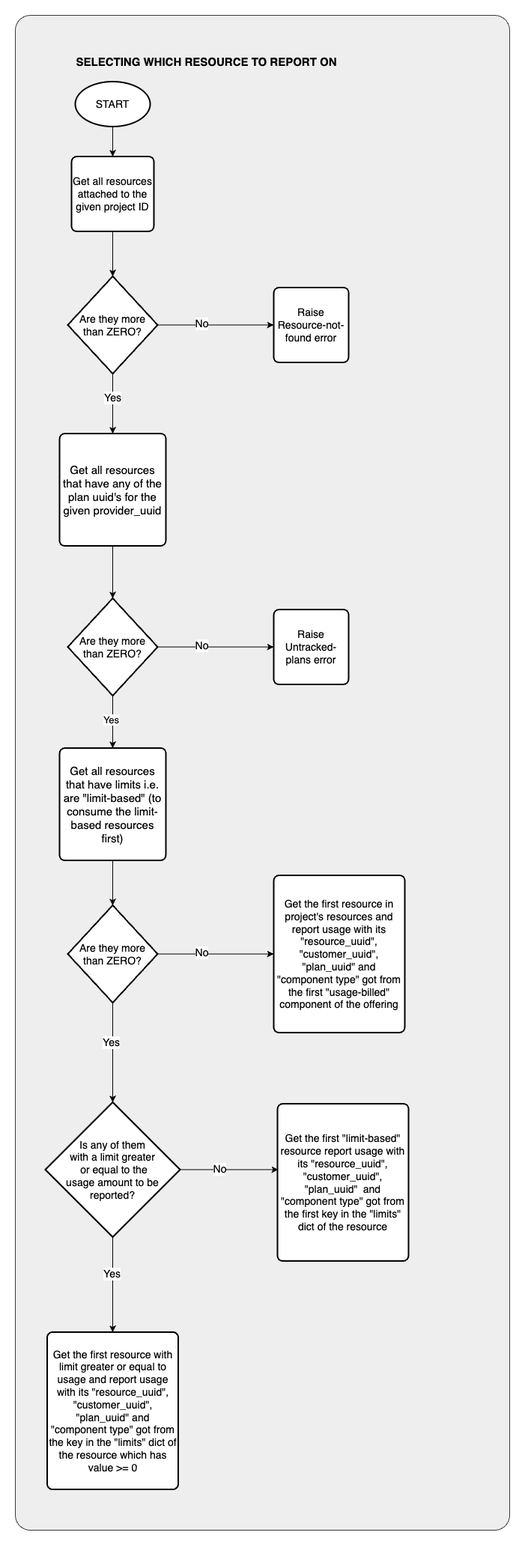
axean/tergite-frontend keeps this draw.io diagram as docs/assets/puhuri-resource-usage-reporting-flow.png. Above is the earlier version. Source tidied: cells renumbered, new cells last; positions are measured from the earlier drawing's top-left corner, leaving out a move shared by most shapes.
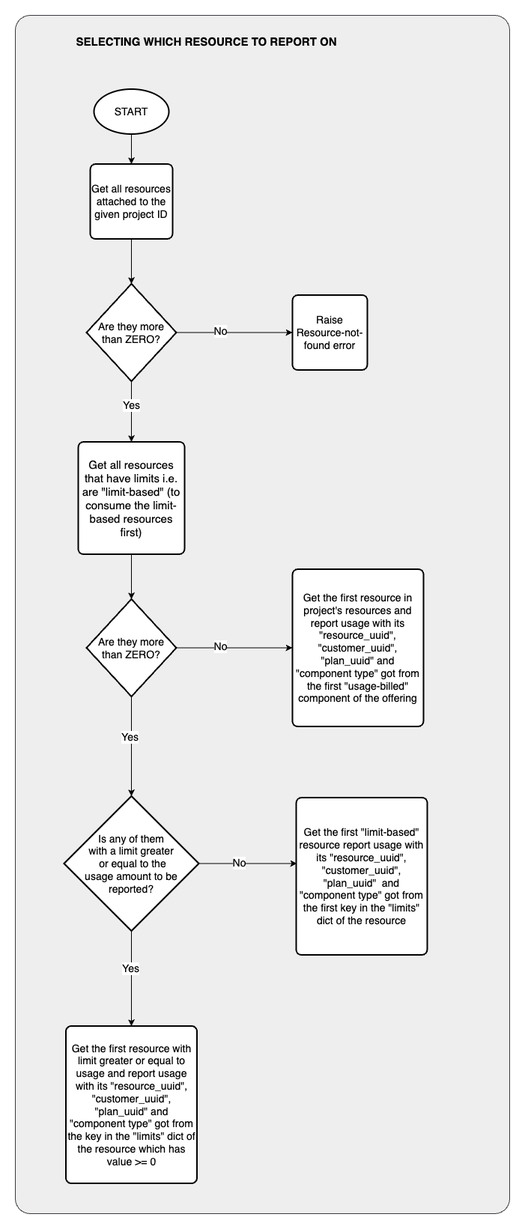
The same diagram one commit later.

Commit message:
WIP: Add report submission functionality

Diff of the diagram source:
```diff
@@ -3,118 +3,88 @@
     <mxCell id="0" />
     <mxCell id="1" parent="0" />
     <mxCell id="2" style="rounded=1;whiteSpace=wrap;html=1;arcSize=3;fillColor=#eeeeee;strokeColor=#36393d;" parent="1" vertex="1">
-      <mxGeometry width="660" height="2023" as="geometry" />
+      <mxGeometry x="-50" y="-10" width="660" height="1600" as="geometry" />
     </mxCell>
     <mxCell id="3" style="group;" parent="1" vertex="1">
-      <mxGeometry y="30" width="660" height="2023" as="geometry" />
+      <mxGeometry x="15" y="88.5" width="485" height="1461" as="geometry" />
     </mxCell>
-    <mxCell id="4" style="group;" parent="3" vertex="1">
-      <mxGeometry x="40" y="16.5" width="600" height="1990" as="geometry" />
+    <mxCell id="4" value="&lt;font style=&quot;font-size: 14px;&quot;&gt;START&lt;/font&gt;" style="strokeWidth=2;html=1;shape=mxgraph.flowchart.start_1;whiteSpace=wrap;" parent="3" vertex="1">
+      <mxGeometry x="40" width="100" height="60" as="geometry" />
     </mxCell>
-    <mxCell id="5" value="&lt;font style=&quot;font-size: 15px;&quot;&gt;&lt;b&gt;SELECTING WHICH RESOURCE TO REPORT ON&lt;/b&gt;&lt;/font&gt;" style="text;html=1;align=center;verticalAlign=middle;points=[];strokeColor=none;fillColor=none;" parent="4" vertex="1">
-      <mxGeometry x="30" width="370" height="30" as="geometry" />
+    <mxCell id="5" value="&lt;font style=&quot;font-size: 14px;&quot;&gt;Get all resources attached to the given project ID&lt;/font&gt;" style="rounded=1;whiteSpace=wrap;html=1;absoluteArcSize=1;arcSize=14;strokeWidth=2;" parent="3" vertex="1">
+      <mxGeometry x="35" y="100" width="110" height="100" as="geometry" />
     </mxCell>
-    <mxCell id="6" style="group;" parent="4" vertex="1">
-      <mxGeometry y="42" width="485" height="1880" as="geometry" />
+    <mxCell id="6" style="edgeStyle=orthogonalEdgeStyle;rounded=0;jettySize=auto;html=1;entryX=0.5;entryY=0;entryDx=0;entryDy=0;" parent="3" edge="1" source="4" target="5">
+      <mxGeometry relative="1" as="geometry" />
     </mxCell>
-    <mxCell id="7" value="&lt;font style=&quot;font-size: 14px;&quot;&gt;START&lt;/font&gt;" style="strokeWidth=2;html=1;shape=mxgraph.flowchart.start_1;whiteSpace=wrap;" parent="6" vertex="1">
-      <mxGeometry x="40" width="100" height="60" as="geometry" />
+    <mxCell id="7" value="&lt;font style=&quot;font-size: 14px;&quot;&gt;Are they more than ZERO?&lt;/font&gt;" style="strokeWidth=2;html=1;shape=mxgraph.flowchart.decision;whiteSpace=wrap;" parent="3" vertex="1">
+      <mxGeometry x="30" y="260" width="120" height="130" as="geometry" />
     </mxCell>
-    <mxCell id="8" value="&lt;font style=&quot;font-size: 14px;&quot;&gt;Get all resources attached to the given project ID&lt;/font&gt;" style="rounded=1;whiteSpace=wrap;html=1;absoluteArcSize=1;arcSize=14;strokeWidth=2;" parent="6" vertex="1">
-      <mxGeometry x="35" y="100" width="110" height="100" as="geometry" />
+    <mxCell id="8" value="&lt;font style=&quot;font-size: 14px;&quot;&gt;Raise Resource-not-found error&lt;/font&gt;" style="rounded=1;whiteSpace=wrap;html=1;absoluteArcSize=1;arcSize=14;strokeWidth=2;" parent="3" vertex="1">
+      <mxGeometry x="305" y="275" width="100" height="100" as="geometry" />
     </mxCell>
-    <mxCell id="9" style="edgeStyle=orthogonalEdgeStyle;rounded=0;jettySize=auto;html=1;entryX=0.5;entryY=0;entryDx=0;entryDy=0;" parent="6" edge="1" source="7" target="8">
+    <mxCell id="9" style="edgeStyle=orthogonalEdgeStyle;rounded=0;jettySize=auto;html=1;" parent="3" edge="1" source="7" target="8">
       <mxGeometry relative="1" as="geometry" />
     </mxCell>
-    <mxCell id="10" value="&lt;font style=&quot;font-size: 15px;&quot;&gt;Get all resources that have any of the plan uuid's for the given provider_uuid&lt;/font&gt;" style="rounded=1;whiteSpace=wrap;html=1;absoluteArcSize=1;arcSize=14;strokeWidth=2;labelPadding=33;noLabel=0;" parent="6" vertex="1">
-      <mxGeometry x="19" y="470" width="142" height="150" as="geometry" />
+    <mxCell id="10" value="&lt;font style=&quot;font-size: 14px;&quot;&gt;No&lt;/font&gt;" style="edgeLabel;html=1;align=center;verticalAlign=middle;points=[];" parent="9" vertex="1">
+      <mxGeometry x="-0.25" y="2" relative="1" as="geometry" />
     </mxCell>
-    <mxCell id="11" style="edgeStyle=orthogonalEdgeStyle;rounded=0;jettySize=auto;html=1;entryX=0.5;entryY=0;entryDx=0;entryDy=0;" parent="6" edge="1" source="13" target="10">
+    <mxCell id="11" style="edgeStyle=orthogonalEdgeStyle;rounded=0;jettySize=auto;html=1;entryX=0.5;entryY=0;entryDx=0;entryDy=0;entryPerimeter=0;" parent="3" edge="1" source="5" target="7">
       <mxGeometry relative="1" as="geometry" />
     </mxCell>
-    <mxCell id="12" value="&lt;font style=&quot;font-size: 14px;&quot;&gt;Yes&lt;/font&gt;" style="edgeLabel;html=1;align=center;verticalAlign=middle;points=[];" parent="11" vertex="1">
-      <mxGeometry x="-0.2" y="-1" relative="1" as="geometry" />
+    <mxCell id="12" value="&lt;font style=&quot;font-size: 15px;&quot;&gt;Get all resources that have limits i.e. are &quot;limit-based&quot; (to consume the limit-based resources first)&lt;/font&gt;" style="rounded=1;whiteSpace=wrap;html=1;absoluteArcSize=1;arcSize=14;strokeWidth=2;labelPadding=33;noLabel=0;" parent="3" vertex="1">
+      <mxGeometry x="19" y="471" width="142" height="150" as="geometry" />
     </mxCell>
-    <mxCell id="13" value="&lt;font style=&quot;font-size: 14px;&quot;&gt;Are they more than ZERO?&lt;/font&gt;" style="strokeWidth=2;html=1;shape=mxgraph.flowchart.decision;whiteSpace=wrap;" parent="6" vertex="1">
-      <mxGeometry x="30" y="260" width="120" height="130" as="geometry" />
+    <mxCell id="13" style="edgeStyle=orthogonalEdgeStyle;rounded=0;jettySize=auto;html=1;" parent="3" edge="1" source="7" target="12">
+      <mxGeometry relative="1" as="geometry" />
     </mxCell>
-    <mxCell id="14" value="&lt;font style=&quot;font-size: 14px;&quot;&gt;Raise Resource-not-found error&lt;/font&gt;" style="rounded=1;whiteSpace=wrap;html=1;absoluteArcSize=1;arcSize=14;strokeWidth=2;" parent="6" vertex="1">
-      <mxGeometry x="305" y="275" width="100" height="100" as="geometry" />
+    <mxCell id="14" value="&lt;font style=&quot;font-size: 14px;&quot;&gt;Yes&lt;/font&gt;" style="edgeLabel;html=1;align=center;verticalAlign=middle;points=[];" parent="13" vertex="1">
+      <mxGeometry x="-0.2" y="-1" relative="1" as="geometry" />
     </mxCell>
-    <mxCell id="15" style="edgeStyle=orthogonalEdgeStyle;rounded=0;jettySize=auto;html=1;" parent="6" edge="1" source="13" target="14">
-      <mxGeometry relative="1" as="geometry" />
+    <mxCell id="15" value="&lt;font style=&quot;font-size: 14px;&quot;&gt;Are they more than ZERO?&lt;/font&gt;" style="strokeWidth=2;html=1;shape=mxgraph.flowchart.decision;whiteSpace=wrap;" parent="3" vertex="1">
+      <mxGeometry x="30" y="681" width="120" height="130" as="geometry" />
     </mxCell>
-    <mxCell id="16" value="&lt;font style=&quot;font-size: 14px;&quot;&gt;No&lt;/font&gt;" style="edgeLabel;html=1;align=center;verticalAlign=middle;points=[];" parent="15" vertex="1">
-      <mxGeometry x="-0.25" y="2" relative="1" as="geometry" />
+    <mxCell id="16" value="&lt;font style=&quot;font-size: 14px;&quot;&gt;Get the first resource in project's resources and report usage with its &quot;resource_uuid&quot;, &quot;customer_uuid&quot;, &quot;plan_uuid&quot; and &quot;component type&quot; got from the first &quot;usage-billed&quot; component of the offering&lt;/font&gt;" style="rounded=1;whiteSpace=wrap;html=1;absoluteArcSize=1;arcSize=14;strokeWidth=2;" parent="3" vertex="1">
+      <mxGeometry x="305" y="641" width="175" height="210" as="geometry" />
     </mxCell>
-    <mxCell id="17" style="edgeStyle=orthogonalEdgeStyle;rounded=0;jettySize=auto;html=1;entryX=0.5;entryY=0;entryDx=0;entryDy=0;entryPerimeter=0;" parent="6" edge="1" source="8" target="13">
+    <mxCell id="17" style="edgeStyle=orthogonalEdgeStyle;rounded=0;jettySize=auto;html=1;" parent="3" edge="1" source="15" target="16">
       <mxGeometry relative="1" as="geometry" />
     </mxCell>
-    <mxCell id="18" value="&lt;font style=&quot;font-size: 14px;&quot;&gt;Are they more than ZERO?&lt;/font&gt;" style="strokeWidth=2;html=1;shape=mxgraph.flowchart.decision;whiteSpace=wrap;" parent="6" vertex="1">
-      <mxGeometry x="30" y="690" width="120" height="130" as="geometry" />
+    <mxCell id="18" value="&lt;font style=&quot;font-size: 14px;&quot;&gt;No&lt;/font&gt;" style="edgeLabel;html=1;align=center;verticalAlign=middle;points=[];" parent="17" vertex="1">
+      <mxGeometry x="-0.25" y="2" relative="1" as="geometry" />
     </mxCell>
-    <mxCell id="19" value="&lt;font style=&quot;font-size: 14px;&quot;&gt;Raise Untracked-plans error&lt;/font&gt;" style="rounded=1;whiteSpace=wrap;html=1;absoluteArcSize=1;arcSize=14;strokeWidth=2;" parent="6" vertex="1">
-      <mxGeometry x="305" y="705" width="100" height="100" as="geometry" />
+    <mxCell id="19" style="edgeStyle=orthogonalEdgeStyle;rounded=0;jettySize=auto;html=1;entryX=0.5;entryY=0;entryDx=0;entryDy=0;entryPerimeter=0;" parent="3" edge="1" source="12" target="15">
+      <mxGeometry relative="1" as="geometry" />
     </mxCell>
-    <mxCell id="20" style="edgeStyle=orthogonalEdgeStyle;rounded=0;jettySize=auto;html=1;" parent="6" edge="1" source="18" target="19">
-      <mxGeometry relative="1" as="geometry" />
+    <mxCell id="20" value="&lt;font style=&quot;font-size: 14px;&quot;&gt;Get the first resource with limit greater or equal to usage and report usage with its &quot;resource_uuid&quot;, &quot;customer_uuid&quot;, &lt;/font&gt;&lt;font style=&quot;font-size: 14px;&quot;&gt;&lt;font style=&quot;font-size: 14px;&quot;&gt;&quot;plan_uuid&quot;&amp;nbsp;&lt;/font&gt;and &quot;component type&quot; got from the key in the &quot;limits&quot; dict of the resource which has value &amp;gt;= 0&lt;/font&gt;" style="rounded=1;whiteSpace=wrap;html=1;absoluteArcSize=1;arcSize=14;strokeWidth=2;" parent="3" vertex="1">
+      <mxGeometry x="2.5" y="1251" width="175" height="210" as="geometry" />
     </mxCell>
-    <mxCell id="21" value="&lt;font style=&quot;font-size: 14px;&quot;&gt;No&lt;/font&gt;" style="edgeLabel;html=1;align=center;verticalAlign=middle;" parent="20" vertex="1">
-      <mxGeometry x="-0.25" y="2" relative="1" as="geometry" />
+    <mxCell id="21" style="edgeStyle=orthogonalEdgeStyle;rounded=0;jettySize=auto;html=1;exitX=0.5;exitY=1;exitDx=0;exitDy=0;exitPerimeter=0;" parent="3" edge="1" source="23" target="20">
+      <mxGeometry relative="1" as="geometry" />
     </mxCell>
-    <mxCell id="22" style="edgeStyle=orthogonalEdgeStyle;rounded=0;jettySize=auto;html=1;entryX=0.5;entryY=0;entryDx=0;entryDy=0;entryPerimeter=0;" parent="6" edge="1" source="10" target="18">
-      <mxGeometry relative="1" as="geometry" />
+    <mxCell id="22" value="&lt;font style=&quot;font-size: 14px;&quot;&gt;Yes&lt;/font&gt;" style="edgeLabel;html=1;align=center;verticalAlign=middle;" parent="21" vertex="1">
+      <mxGeometry x="-0.22" y="-2" relative="1" as="geometry" />
     </mxCell>
-    <mxCell id="23" value="&lt;font style=&quot;font-size: 15px;&quot;&gt;Get all resources that have limits i.e. are &quot;limit-based&quot; (to consume the limit-based resources first)&lt;/font&gt;" style="rounded=1;whiteSpace=wrap;html=1;absoluteArcSize=1;arcSize=14;strokeWidth=2;labelPadding=33;noLabel=0;" parent="6" vertex="1">
-      <mxGeometry x="19" y="890" width="142" height="150" as="geometry" />
+    <mxCell id="23" value="&lt;font style=&quot;font-size: 14px;&quot;&gt;Is any of them &lt;br&gt;with a limit greater&lt;br&gt;&amp;nbsp;or equal to the &lt;br&gt;usage amount to be reported?&lt;/font&gt;" style="strokeWidth=2;html=1;shape=mxgraph.flowchart.decision;whiteSpace=wrap;" parent="3" vertex="1">
+      <mxGeometry y="944" width="180" height="180" as="geometry" />
     </mxCell>
-    <mxCell id="24" style="edgeStyle=orthogonalEdgeStyle;rounded=0;jettySize=auto;html=1;entryX=0.5;entryY=0;entryDx=0;entryDy=0;" parent="6" edge="1" source="18" target="23">
+    <mxCell id="24" style="edgeStyle=orthogonalEdgeStyle;rounded=0;jettySize=auto;html=1;exitX=0.5;exitY=1;exitDx=0;exitDy=0;exitPerimeter=0;entryX=0.5;entryY=0;entryDx=0;entryDy=0;entryPerimeter=0;" parent="3" edge="1" source="15" target="23">
       <mxGeometry relative="1" as="geometry" />
     </mxCell>
-    <mxCell id="25" value="&lt;font style=&quot;font-size: 13px;&quot;&gt;Yes&lt;/font&gt;" style="edgeLabel;html=1;align=center;verticalAlign=middle;" parent="24" vertex="1">
-      <mxGeometry x="-0.09" y="-3" relative="1" as="geometry" />
+    <mxCell id="25" value="&lt;font style=&quot;font-size: 14px;&quot;&gt;Yes&lt;/font&gt;" style="edgeLabel;html=1;align=center;verticalAlign=middle;" parent="24" vertex="1">
+      <mxGeometry x="-0.2" y="-3" relative="1" as="geometry" />
     </mxCell>
-    <mxCell id="26" value="&lt;font style=&quot;font-size: 14px;&quot;&gt;Are they more than ZERO?&lt;/font&gt;" style="strokeWidth=2;html=1;shape=mxgraph.flowchart.decision;whiteSpace=wrap;" parent="6" vertex="1">
-      <mxGeometry x="30" y="1100" width="120" height="130" as="geometry" />
+    <mxCell id="26" value="&lt;font style=&quot;font-size: 14px;&quot;&gt;Get the first &quot;limit-based&quot; resource report usage with its &quot;resource_uuid&quot;, &quot;customer_uuid&quot;, &quot;plan_uuid&quot;&amp;nbsp;&lt;/font&gt;&amp;nbsp;&lt;font style=&quot;font-size: 14px;&quot;&gt;and &quot;component type&quot; got from the first key in the &quot;limits&quot; dict of the resource&lt;/font&gt;" style="rounded=1;whiteSpace=wrap;html=1;absoluteArcSize=1;arcSize=14;strokeWidth=2;" parent="3" vertex="1">
+      <mxGeometry x="310" y="946" width="175" height="210" as="geometry" />
     </mxCell>
-    <mxCell id="27" value="&lt;font style=&quot;font-size: 14px;&quot;&gt;Get the first resource in project's resources and report usage with its &quot;resource_uuid&quot;, &quot;customer_uuid&quot;, &quot;plan_uuid&quot; and &quot;component type&quot; got from the first &quot;usage-billed&quot; component of the offering&lt;/font&gt;" style="rounded=1;whiteSpace=wrap;html=1;absoluteArcSize=1;arcSize=14;strokeWidth=2;" parent="6" vertex="1">
-      <mxGeometry x="305" y="1060" width="175" height="210" as="geometry" />
+    <mxCell id="27" style="edgeStyle=orthogonalEdgeStyle;rounded=0;jettySize=auto;html=1;exitX=1;exitY=0.5;exitDx=0;exitDy=0;exitPerimeter=0;entryX=0.006;entryY=0.419;entryDx=0;entryDy=0;entryPerimeter=0;" parent="3" edge="1" source="23" target="26">
+      <mxGeometry relative="1" as="geometry" />
     </mxCell>
-    <mxCell id="28" style="edgeStyle=orthogonalEdgeStyle;rounded=0;jettySize=auto;html=1;" parent="6" edge="1" source="26" target="27">
-      <mxGeometry relative="1" as="geometry" />
+    <mxCell id="28" value="&lt;font style=&quot;font-size: 14px;&quot;&gt;No&lt;/font&gt;" style="edgeLabel;html=1;align=center;verticalAlign=middle;" parent="27" vertex="1">
+      <mxGeometry x="-0.19" y="1" relative="1" as="geometry" />
     </mxCell>
-    <mxCell id="29" value="&lt;font style=&quot;font-size: 14px;&quot;&gt;No&lt;/font&gt;" style="edgeLabel;html=1;align=center;verticalAlign=middle;" parent="28" vertex="1">
-      <mxGeometry x="-0.25" y="2" relative="1" as="geometry" />
+    <mxCell id="29" value="&lt;font style=&quot;font-size: 15px;&quot;&gt;&lt;b&gt;SELECTING WHICH RESOURCE TO REPORT ON&lt;/b&gt;&lt;/font&gt;" style="text;html=1;align=center;verticalAlign=middle;strokeColor=none;fillColor=none;" parent="1" vertex="1">
+      <mxGeometry x="20" y="10" width="370" height="30" as="geometry" />
     </mxCell>
-    <mxCell id="30" style="edgeStyle=orthogonalEdgeStyle;rounded=0;jettySize=auto;html=1;entryX=0.5;entryY=0;entryDx=0;entryDy=0;entryPerimeter=0;" parent="6" edge="1" source="23" target="26">
-      <mxGeometry relative="1" as="geometry" />
-    </mxCell>
-    <mxCell id="31" value="&lt;font style=&quot;font-size: 14px;&quot;&gt;Get the first resource with limit greater or equal to usage and report usage with its &quot;resource_uuid&quot;, &quot;customer_uuid&quot;, &lt;/font&gt;&lt;font style=&quot;font-size: 14px;&quot;&gt;&lt;font style=&quot;font-size: 14px;&quot;&gt;&quot;plan_uuid&quot;&amp;nbsp;&lt;/font&gt;and &quot;component type&quot; got from the key in the &quot;limits&quot; dict of the resource which has value &amp;gt;= 0&lt;/font&gt;" style="rounded=1;whiteSpace=wrap;html=1;absoluteArcSize=1;arcSize=14;strokeWidth=2;" parent="6" vertex="1">
-      <mxGeometry x="2.5" y="1670" width="175" height="210" as="geometry" />
-    </mxCell>
-    <mxCell id="32" style="edgeStyle=orthogonalEdgeStyle;rounded=0;jettySize=auto;html=1;exitX=0.5;exitY=1;exitDx=0;exitDy=0;exitPerimeter=0;" parent="6" edge="1" source="34" target="31">
-      <mxGeometry relative="1" as="geometry" />
-    </mxCell>
-    <mxCell id="33" value="&lt;font style=&quot;font-size: 14px;&quot;&gt;Yes&lt;/font&gt;" style="edgeLabel;html=1;align=center;verticalAlign=middle;" parent="32" vertex="1">
-      <mxGeometry x="-0.22" y="-2" relative="1" as="geometry" />
-    </mxCell>
-    <mxCell id="34" value="&lt;font style=&quot;font-size: 14px;&quot;&gt;Is any of them &lt;br&gt;with a limit greater&lt;br&gt;&amp;nbsp;or equal to the &lt;br&gt;usage amount to be reported?&lt;/font&gt;" style="strokeWidth=2;html=1;shape=mxgraph.flowchart.decision;whiteSpace=wrap;" parent="6" vertex="1">
-      <mxGeometry y="1363" width="180" height="180" as="geometry" />
-    </mxCell>
-    <mxCell id="35" style="edgeStyle=orthogonalEdgeStyle;rounded=0;jettySize=auto;html=1;exitX=0.5;exitY=1;exitDx=0;exitDy=0;exitPerimeter=0;entryX=0.5;entryY=0;entryDx=0;entryDy=0;entryPerimeter=0;" parent="6" edge="1" source="26" target="34">
-      <mxGeometry relative="1" as="geometry" />
-    </mxCell>
-    <mxCell id="36" value="&lt;font style=&quot;font-size: 14px;&quot;&gt;Yes&lt;/font&gt;" style="edgeLabel;html=1;align=center;verticalAlign=middle;" parent="35" vertex="1">
-      <mxGeometry x="-0.2" y="-3" relative="1" as="geometry" />
-    </mxCell>
-    <mxCell id="37" value="&lt;font style=&quot;font-size: 14px;&quot;&gt;Get the first &quot;limit-based&quot; resource report usage with its &quot;resource_uuid&quot;, &quot;customer_uuid&quot;, &quot;plan_uuid&quot;&amp;nbsp;&lt;/font&gt;&amp;nbsp;&lt;font style=&quot;font-size: 14px;&quot;&gt;and &quot;component type&quot; got from the first key in the &quot;limits&quot; dict of the resource&lt;/font&gt;" style="rounded=1;whiteSpace=wrap;html=1;absoluteArcSize=1;arcSize=14;strokeWidth=2;" parent="6" vertex="1">
-      <mxGeometry x="310" y="1365" width="175" height="210" as="geometry" />
-    </mxCell>
-    <mxCell id="38" style="edgeStyle=orthogonalEdgeStyle;rounded=0;jettySize=auto;html=1;exitX=1;exitY=0.5;exitDx=0;exitDy=0;exitPerimeter=0;entryX=0.006;entryY=0.419;entryDx=0;entryDy=0;entryPerimeter=0;" parent="6" edge="1" source="34" target="37">
-      <mxGeometry relative="1" as="geometry" />
-    </mxCell>
-    <mxCell id="39" value="&lt;font style=&quot;font-size: 14px;&quot;&gt;No&lt;/font&gt;" style="edgeLabel;html=1;align=center;verticalAlign=middle;" parent="38" vertex="1">
-      <mxGeometry x="-0.19" y="1" relative="1" as="geometry" />
-    </mxCell>
   </root>
 </mxGraphModel>
```
